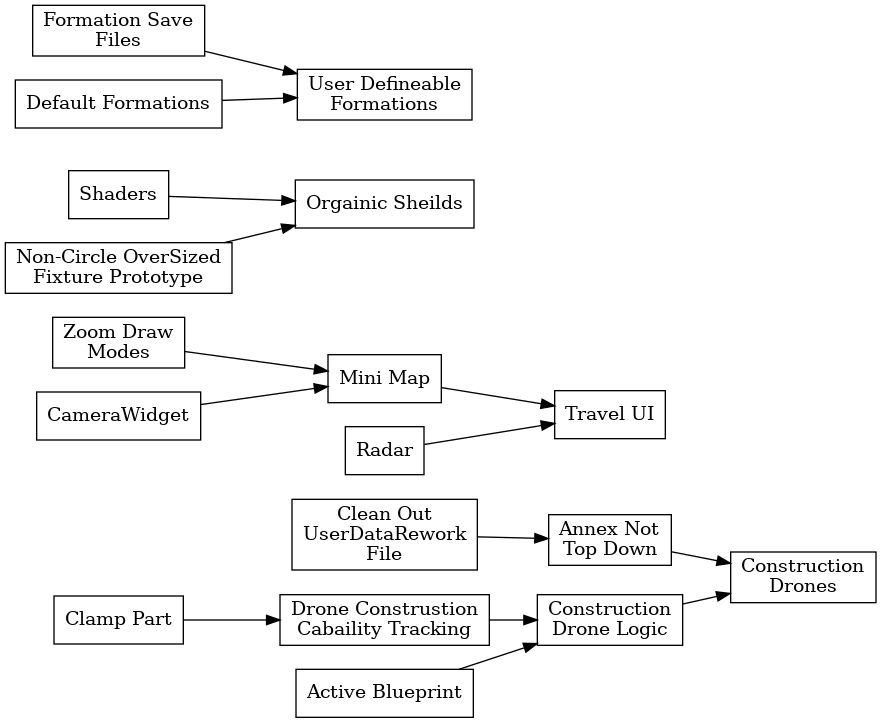
The Graphviz diagram TaskMap.png in synthein/synthein, before a commit. Its source is kept beside it as TaskMap.dot.
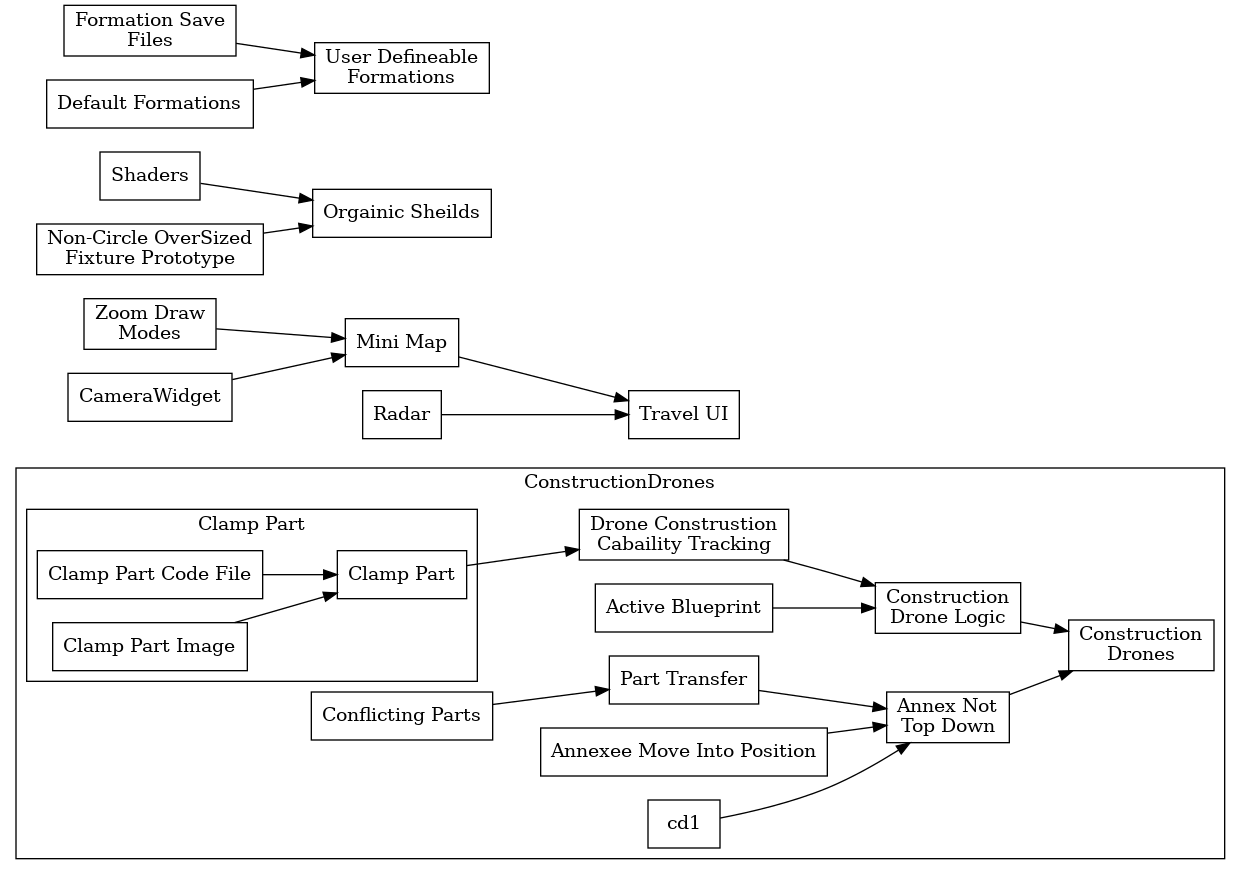
Above is the later version.

Commit message:
Cleaned out old unused code and took notes

Change to the diagram source:
```diff
@@ -2,19 +2,43 @@
 	rankdir="LR";
 	node [shape=box];
 
+	subgraph Construction_Drones {
+		label = "ConstructionDrones"
+		cluster = true
 
-	cd  [label = "Construction\nDrones"];
-	cd1 [label = "Clean Out\nUserDataRework\nFile"];
-	cd2 [label = "Annex Not\nTop Down"];
-	cd3 [label = "Clamp Part"];
-	cd4 [label = "Drone Construstion\nCabaility Tracking"];
-	cd5 [label = "Active Blueprint"];
-	cd6 [label = "Construction\nDrone Logic"];
+		cd  [label = "Construction\nDrones"];
+		cd2 [label = "Annex Not\nTop Down"];
+		cd3 [label = "Conflicting Parts"]
+		cd4 [label = "Drone Construstion\nCabaility Tracking"];
+		cd5 [label = "Active Blueprint"];
+		cd6 [label = "Construction\nDrone Logic"];
+		cd7 [label = "Part Transfer"];
+		cd8 [label = "Annexee Move Into Position"];
 
-	{cd2 cd6} -> cd;
-	{cd1} -> cd2;
-	{cd3} -> cd4;
-	{cd5 cd4} -> cd6;
+		subgraph Clamp_Part {
+			label = "Clamp Part"
+			cluster = true
+
+			cp  [label = "Clamp Part"];
+			cp1 [label = "Clamp Part Code File"];
+			cp2 [label = "Clamp Part Image"];
+
+			cp1 -> cp;
+			cp2 -> cp;
+		}
+
+
+		cd2 -> cd;
+		cd6 -> cd;
+		cd1 -> cd2;
+		cd7 -> cd2;
+		cd8 -> cd2;
+		cp  -> cd4;
+		cd4 -> cd6;
+		cd5 -> cd6;
+		cd3 -> cd7;
+	}
+
 
 
 	ui  [label = "Travel UI"];
```
